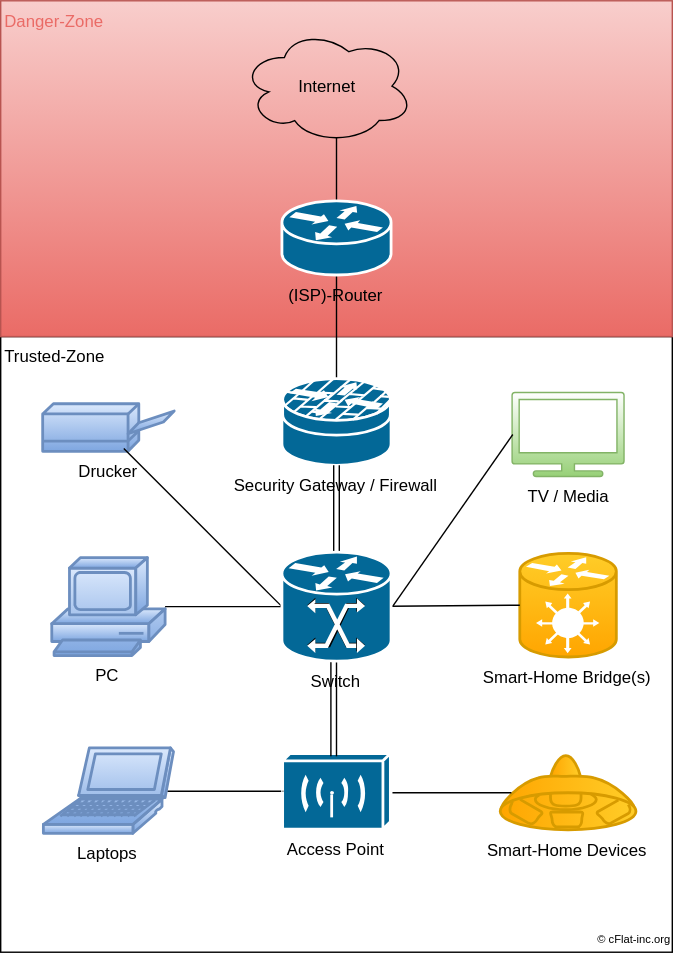
Before: assets/images/homeNetwork-good.svg, a diagram exported from draw.io (cflat-inc/cflat-inc.github.io). Source tidied: cells renumbered, new cells last; positions are measured from the earlier drawing's top-left corner, leaving out a move shared by most shapes.
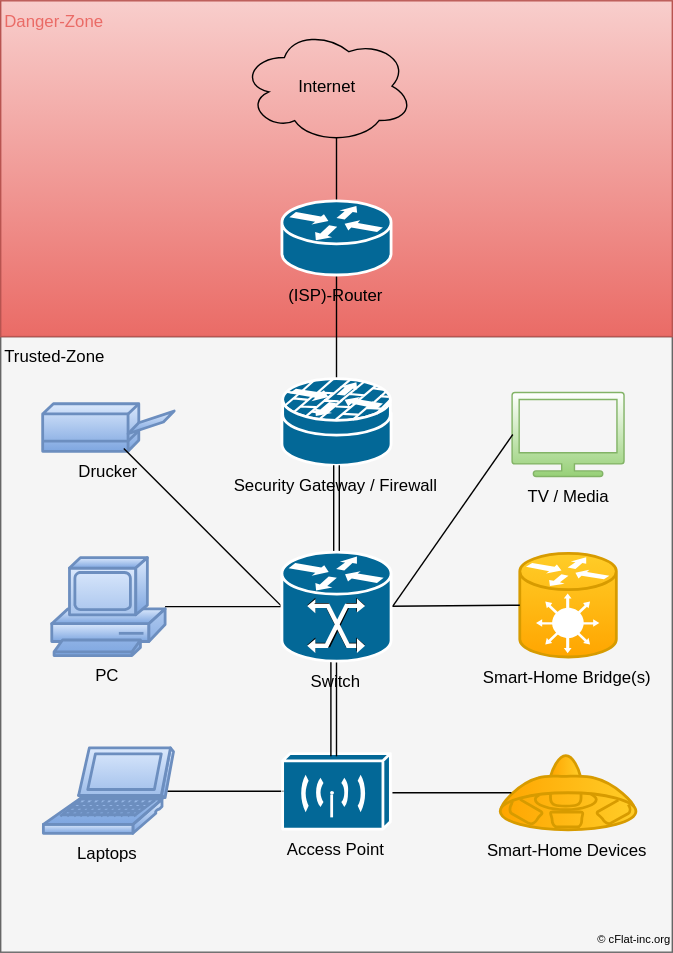
Above is the later version.

Change to the diagram source:
```diff
@@ -2,7 +2,7 @@
   <root>
     <mxCell id="0" />
     <mxCell id="1" parent="0" />
-    <mxCell id="2" value="Trusted-Zone" style="rounded=0;whiteSpace=wrap;html=1;labelBackgroundColor=none;strokeColor=#000000;fillColor=none;fontColor=#000000;align=left;verticalAlign=top;" parent="1" vertex="1">
+    <mxCell id="2" value="Trusted-Zone" style="rounded=0;whiteSpace=wrap;html=1;labelBackgroundColor=none;strokeColor=#666666;fillColor=#f5f5f5;fontColor=#000000;align=left;verticalAlign=top;" parent="1" vertex="1">
       <mxGeometry y="240" width="480" height="440" as="geometry" />
     </mxCell>
     <mxCell id="3" value="Danger-Zone" style="rounded=0;whiteSpace=wrap;html=1;labelBackgroundColor=none;strokeColor=#b85450;fillColor=#f8cecc;fontColor=#EA6B66;align=left;verticalAlign=top;gradientColor=#ea6b66;" parent="1" vertex="1">
```
